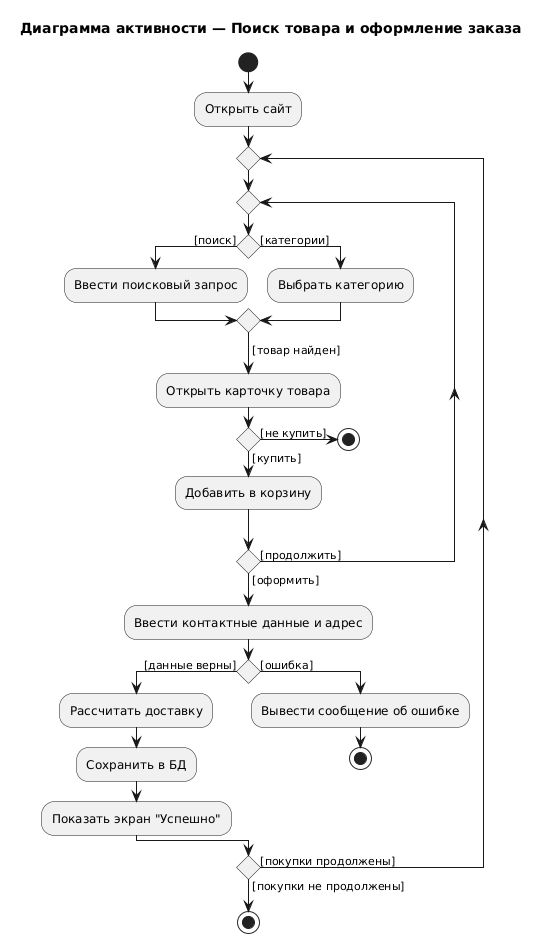
This is uml/uml/images/Activity.png from viosolo/SDLC, a PlantUML export, as it was before one commit. Its diagram source:
```plantuml
@startuml
title Диаграмма активности — Поиск товара и оформление заказа

start
:Открыть сайт;
repeat
  repeat
    if () then ([поиск])
      :Ввести поисковый запрос;
    else ([категории])
      :Выбрать категорию;
    endif
    -> [товар найден];
    :Открыть карточку товара;
    if () then ([не купить])
      stop
    else ([купить])
      :Добавить в корзину;
    endif
  repeat while () is ([продолжить]) not ([оформить])

  :Ввести контактные данные и адрес;
  if () then ([данные верны])
    :Рассчитать доставку;
    :Сохранить в БД;
    :Показать экран "Успешно";
  else ([ошибка])
    :Вывести сообщение об ошибке;
    stop
  endif
repeat while () is ([покупки продолжены]) not ([покупки не продолжены])
stop
@enduml
```
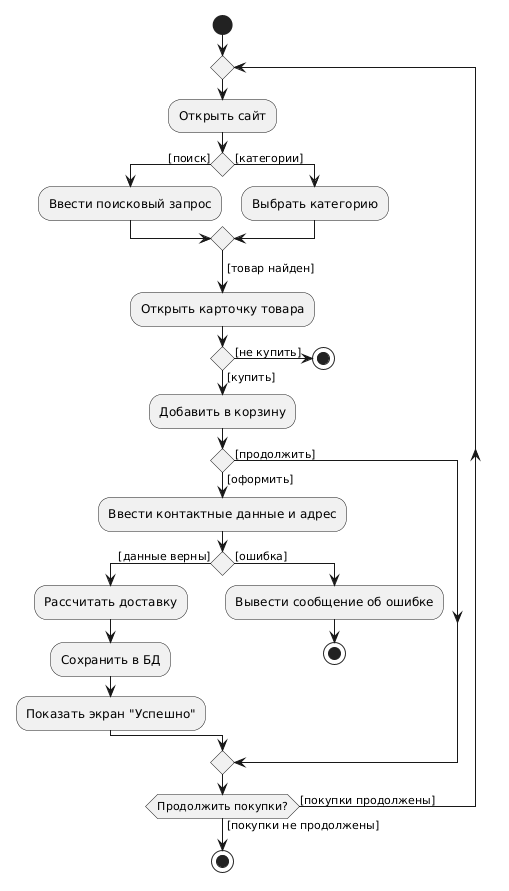
Later version of the same file.

The edit, as a diff of the source:
```diff
@@ -1,33 +1,41 @@
 @startuml
-title Диаграмма активности — Поиск товара и оформление заказа
+skinparam monochrome true
+skinparam shadowing false
 
 start
-:Открыть сайт;
 repeat
-  repeat
-    if () then ([поиск])
-      :Ввести поисковый запрос;
-    else ([категории])
-      :Выбрать категорию;
+  :Открыть сайт;
+
+  if () then ([поиск])
+    :Ввести поисковый запрос;
+  else ([категории])
+    :Выбрать категорию;
+  endif
+  -> [товар найден];
+
+  :Открыть карточку товара;
+
+  if () then ([купить])
+    :Добавить в корзину;
+
+    if () then ([оформить])
+      :Ввести контактные данные и адрес;
+
+      if () then ([данные верны])
+        :Рассчитать доставку;
+        :Сохранить в БД;
+        :Показать экран "Успешно";
+      else ([ошибка])
+        :Вывести сообщение об ошибке;
+        stop
+      endif
+    else ([продолжить])
     endif
-    -> [товар найден];
-    :Открыть карточку товара;
-    if () then ([не купить])
-      stop
-    else ([купить])
-      :Добавить в корзину;
-    endif
-  repeat while () is ([продолжить]) not ([оформить])
-
-  :Ввести контактные данные и адрес;
-  if () then ([данные верны])
-    :Рассчитать доставку;
-    :Сохранить в БД;
-    :Показать экран "Успешно";
-  else ([ошибка])
-    :Вывести сообщение об ошибке;
+  else ([не купить])
     stop
   endif
-repeat while () is ([покупки продолжены]) not ([покупки не продолжены])
+
+repeat while (Продолжить покупки?) is ([покупки продолжены]) not ([покупки не продолжены])
+
 stop
 @enduml
```
